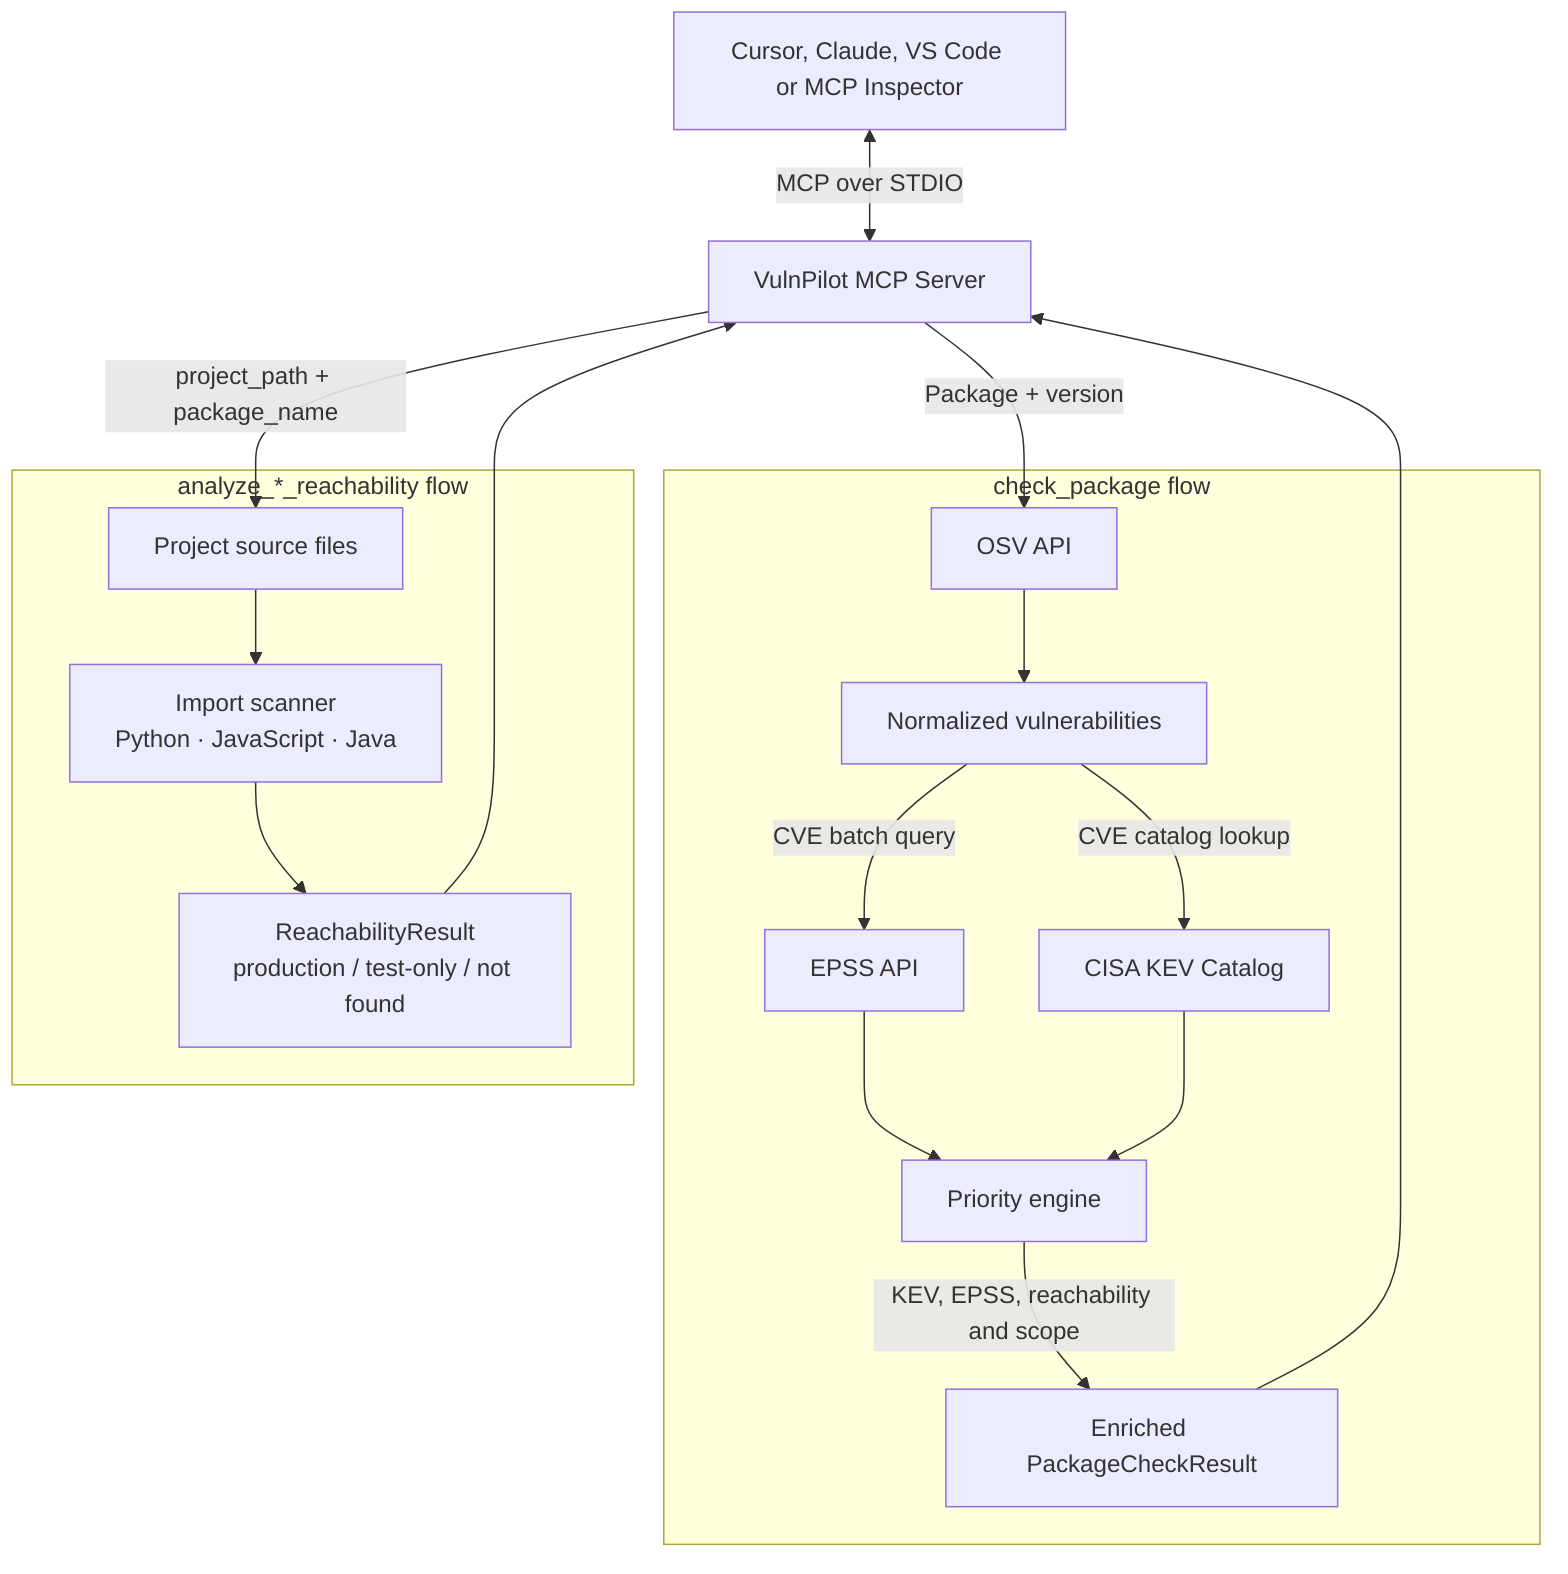
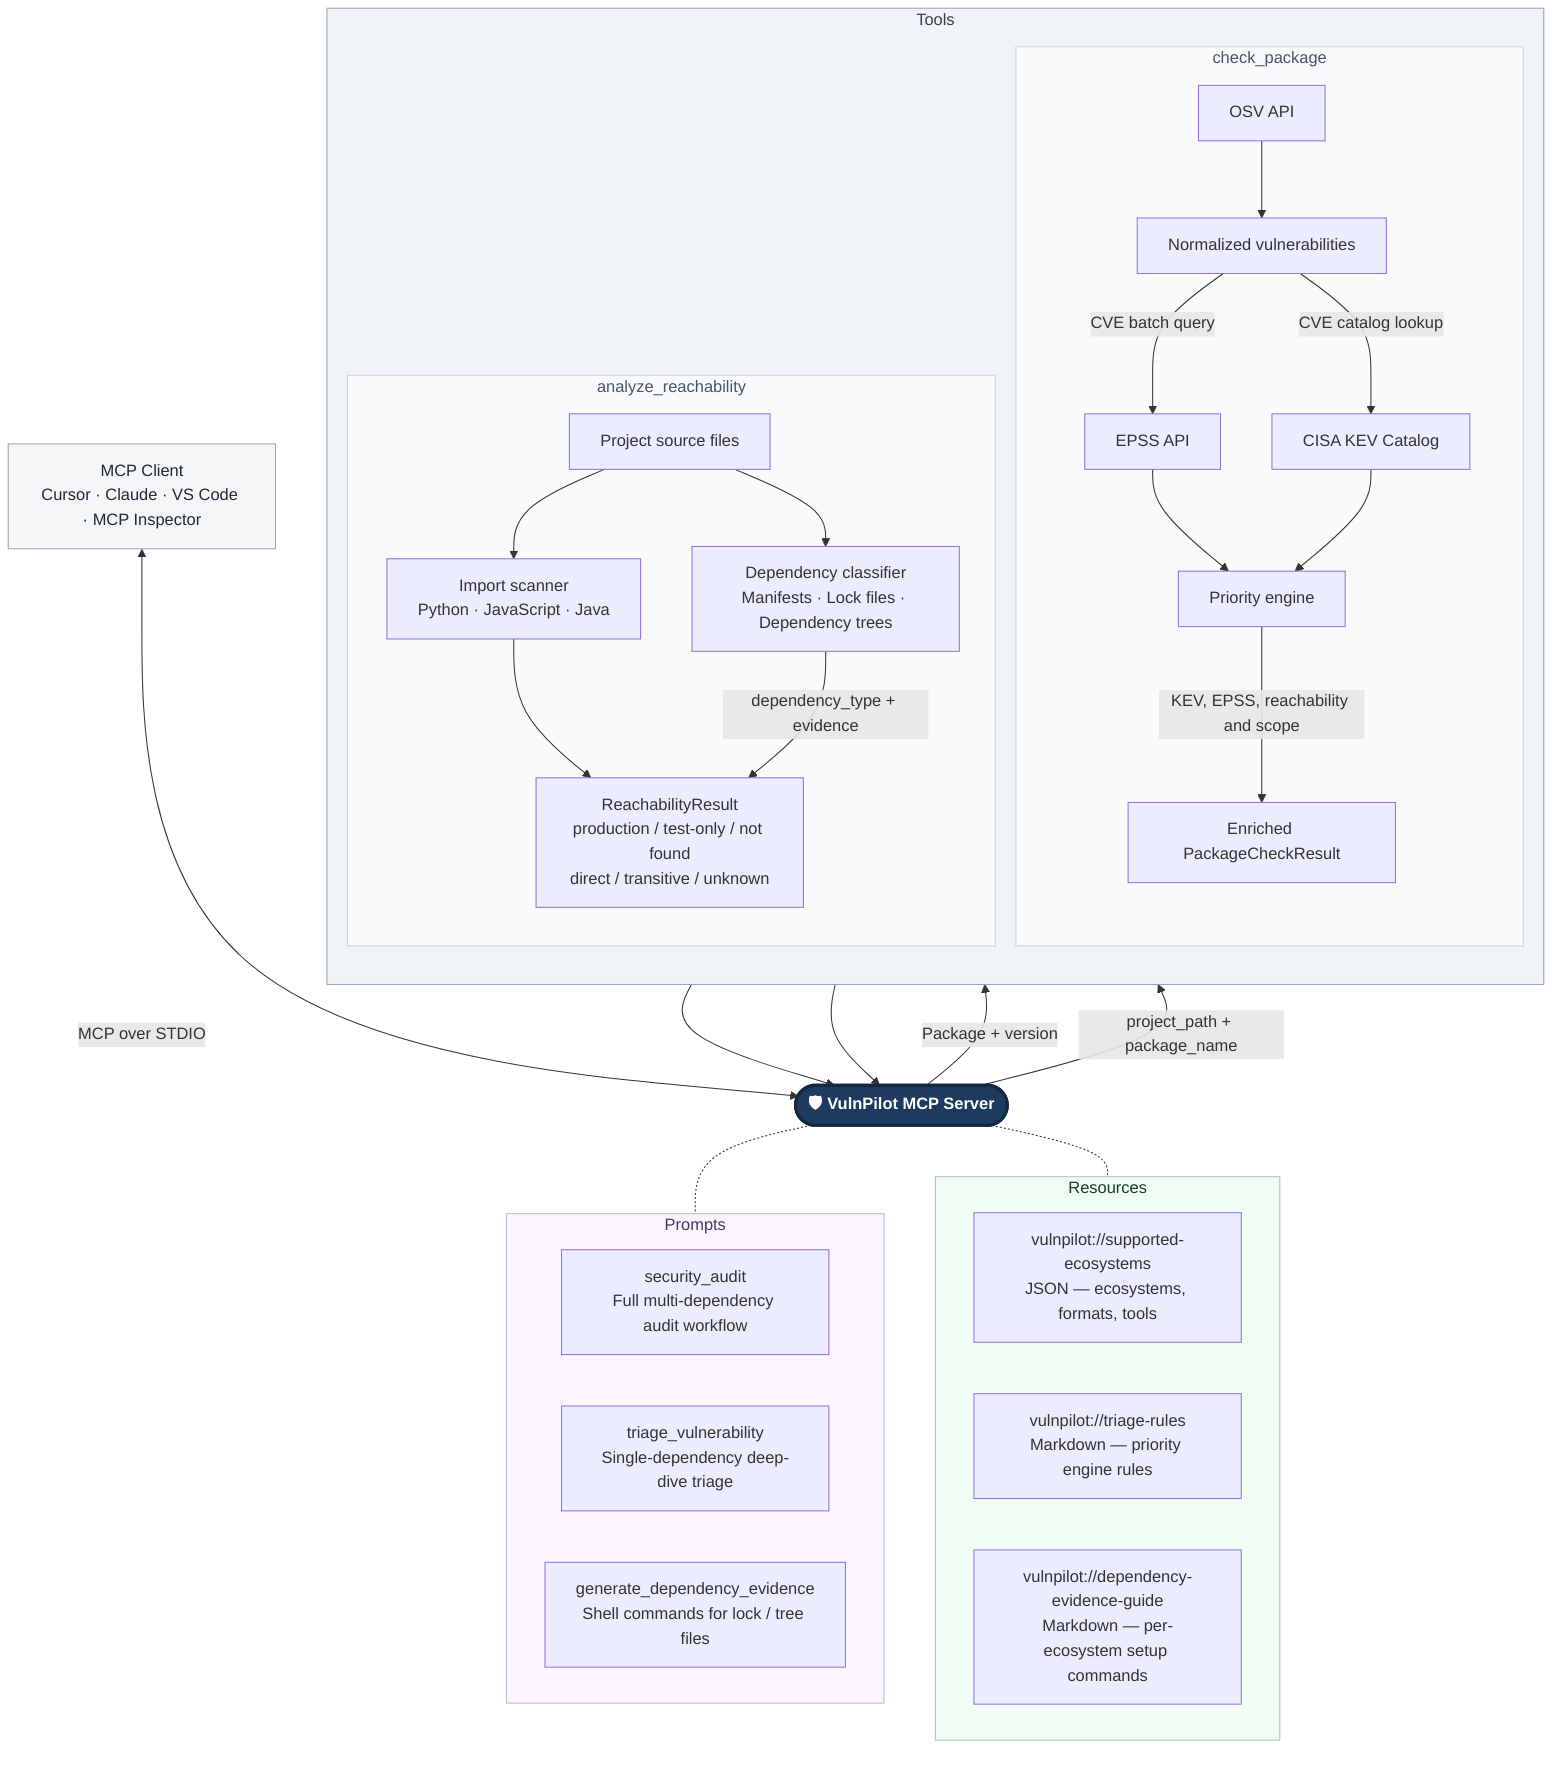
flowchart TD
-     A["Cursor, Claude, VS Code or MCP Inspector"]
-     B["VulnPilot MCP Server"]
+     A["MCP Client\nCursor · Claude · VS Code · MCP Inspector"]
+     B(["🛡️ VulnPilot MCP Server"])

-     subgraph vcheck["check_package flow"]
-         C["OSV API"]
-         D["Normalized vulnerabilities"]
-         E["EPSS API"]
-         F["CISA KEV Catalog"]
-         G["Priority engine"]
-         H["Enriched PackageCheckResult"]
+     subgraph tools["Tools"]
+         direction TB

-         C --> D
-         D -->|"CVE batch query"| E
-         D -->|"CVE catalog lookup"| F
-         E --> G
-         F --> G
-         G -->|"KEV, EPSS, reachability and scope"| H
+         subgraph vcheck["check_package"]
+             C["OSV API"]
+             D["Normalized vulnerabilities"]
+             E["EPSS API"]
+             F["CISA KEV Catalog"]
+             G["Priority engine"]
+             H["Enriched PackageCheckResult"]
+ 
+             C --> D
+             D -->|"CVE batch query"| E
+             D -->|"CVE catalog lookup"| F
+             E --> G
+             F --> G
+             G -->|"KEV, EPSS, reachability and scope"| H
+         end
+ 
+         subgraph reach["analyze_reachability"]
+             I["Project source files"]
+             J["Import scanner\nPython · JavaScript · Java"]
+             L["Dependency classifier\nManifests · Lock files · Dependency trees"]
+             K["ReachabilityResult\nproduction / test-only / not found\ndirect / transitive / unknown"]
+ 
+             I --> J
+             I --> L
+             J --> K
+             L -->|"dependency_type + evidence"| K
+         end
    end

-     subgraph reach["analyze_*_reachability flow"]
-         I["Project source files"]
-         J["Import scanner\nPython · JavaScript · Java"]
-         K["ReachabilityResult\nproduction / test-only / not found"]
+     subgraph prompts["Prompts"]
+         P1["security_audit\nFull multi-dependency audit workflow"]
+         P2["triage_vulnerability\nSingle-dependency deep-dive triage"]
+         P3["generate_dependency_evidence\nShell commands for lock / tree files"]
+     end

-         I --> J
-         J --> K
+     subgraph resources["Resources"]
+         R1["vulnpilot://supported-ecosystems\nJSON — ecosystems, formats, tools"]
+         R2["vulnpilot://triage-rules\nMarkdown — priority engine rules"]
+         R3["vulnpilot://dependency-evidence-guide\nMarkdown — per-ecosystem setup commands"]
    end

    A <-->|"MCP over STDIO"| B
    B -->|"Package + version"| C
    H --> B
    B -->|"project_path + package_name"| I
-     K --> B+     K --> B
+     B -.- prompts
+     B -.- resources
+ 
+     %% ── Styling ─────────────────────────────────────────────────
+     style B fill:#1e3a5f,stroke:#14293f,stroke-width:3px,color:#ffffff,font-weight:bold
+     style A fill:#f5f6f8,stroke:#9ca3af,color:#1f2937
+     style tools fill:#f0f4f8,stroke:#94a3b8,color:#334155
+     style vcheck fill:#f8fafc,stroke:#cbd5e1,color:#475569
+     style reach fill:#f8fafc,stroke:#cbd5e1,color:#475569
+     style prompts fill:#faf5ff,stroke:#c4b5d0,color:#4a3660
+     style resources fill:#f0fdf4,stroke:#a7c4b5,color:#1a3a2a